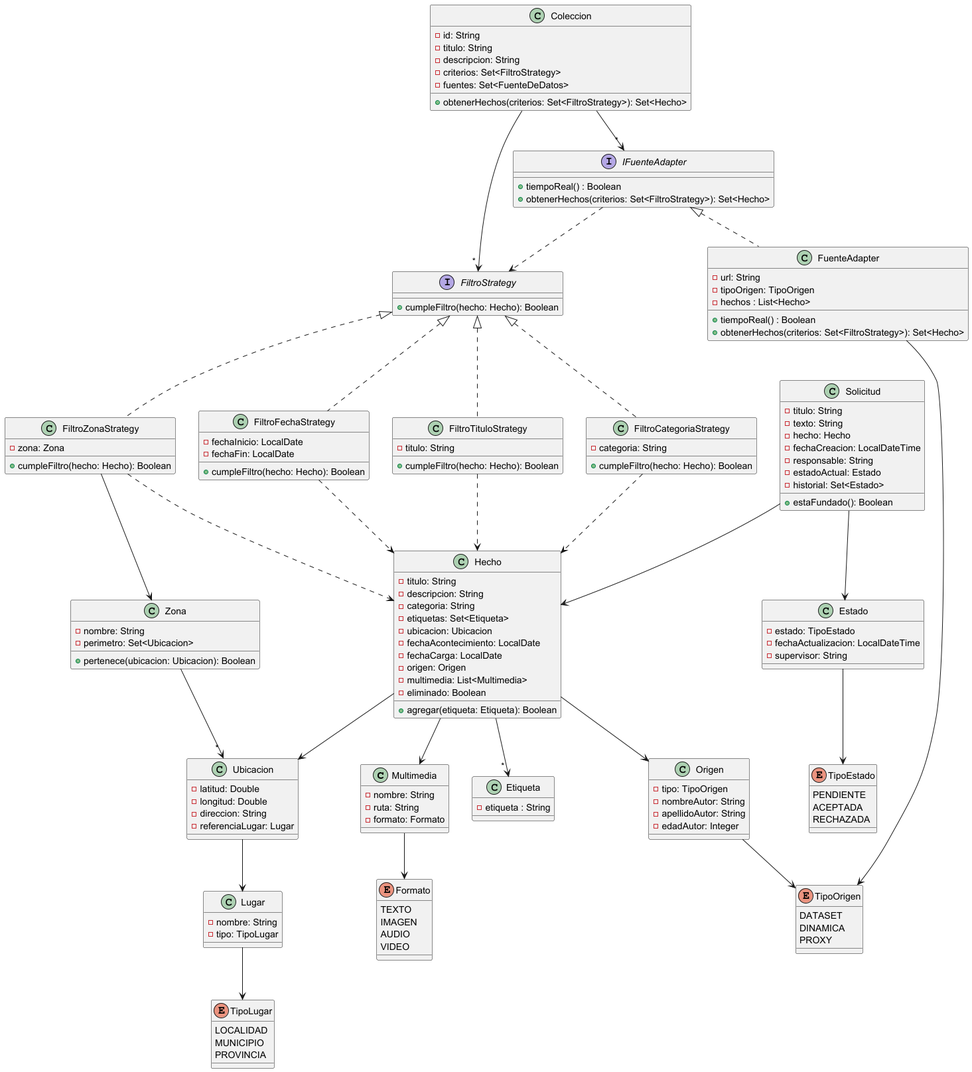
This is docs/diagrama_de_clases.png from Leo-de-Riv3r/2025-tpa-ma-ma-grupo-02-deploy, a PlantUML export, as it was before one commit.
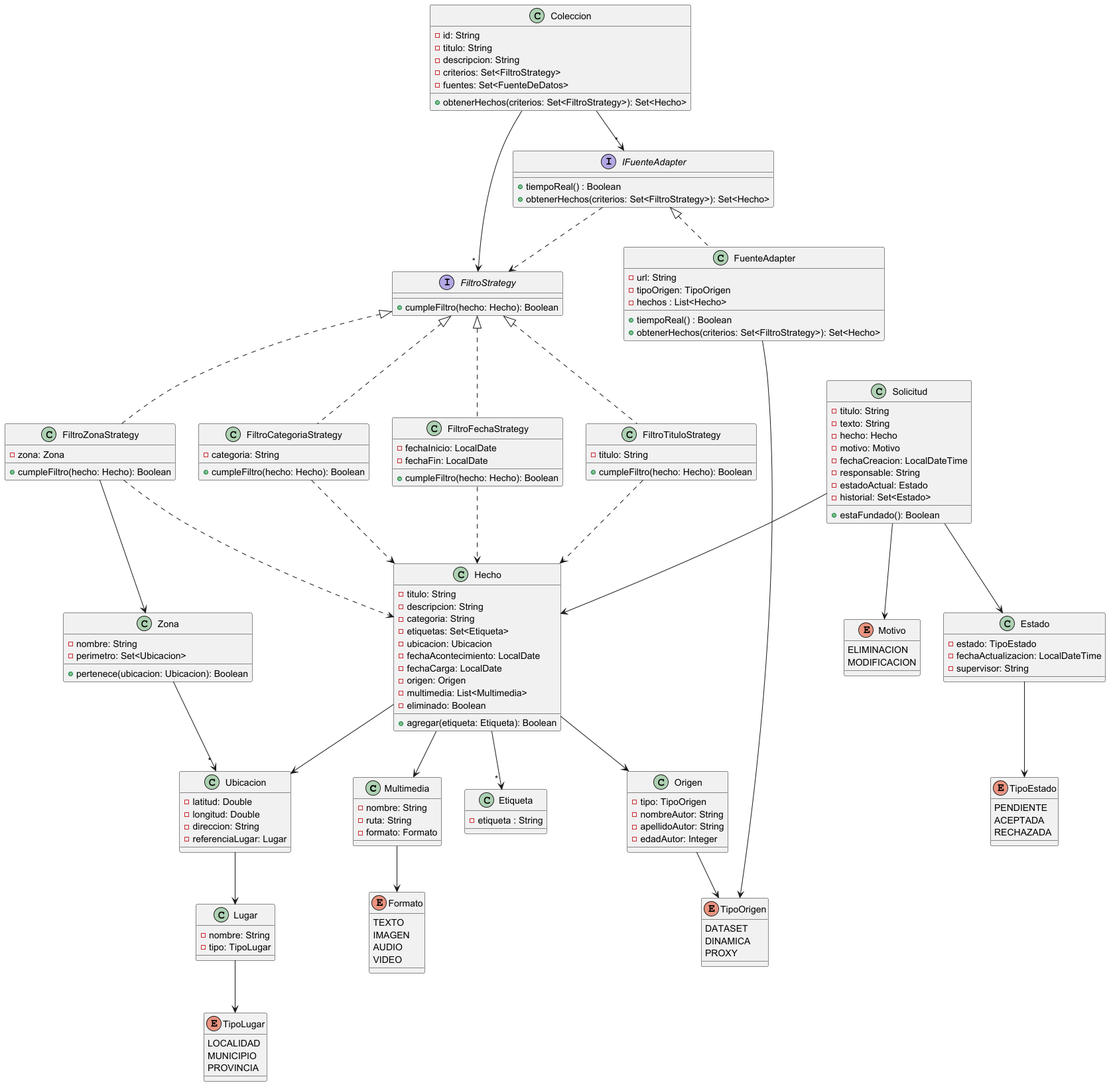
After the commit.

Commit message:
Actualizo diagrama de clases

Diff of the diagram source:
```diff
@@ -29,6 +29,7 @@
 
 Solicitud --> Hecho
 Solicitud --> Estado
+Solicitud --> Motivo
 
 IFuenteAdapter ..> FiltroStrategy
 
@@ -164,6 +165,7 @@
    - titulo: String
    - texto: String
    - hecho: Hecho
+   - motivo: Motivo
    - fechaCreacion: LocalDateTime
    - responsable: String
    - estadoActual: Estado
@@ -171,4 +173,9 @@
    + estaFundado(): Boolean
 }
 
+enum Motivo {
+    ELIMINACION
+    MODIFICACION
+}
+
 @enduml
```
